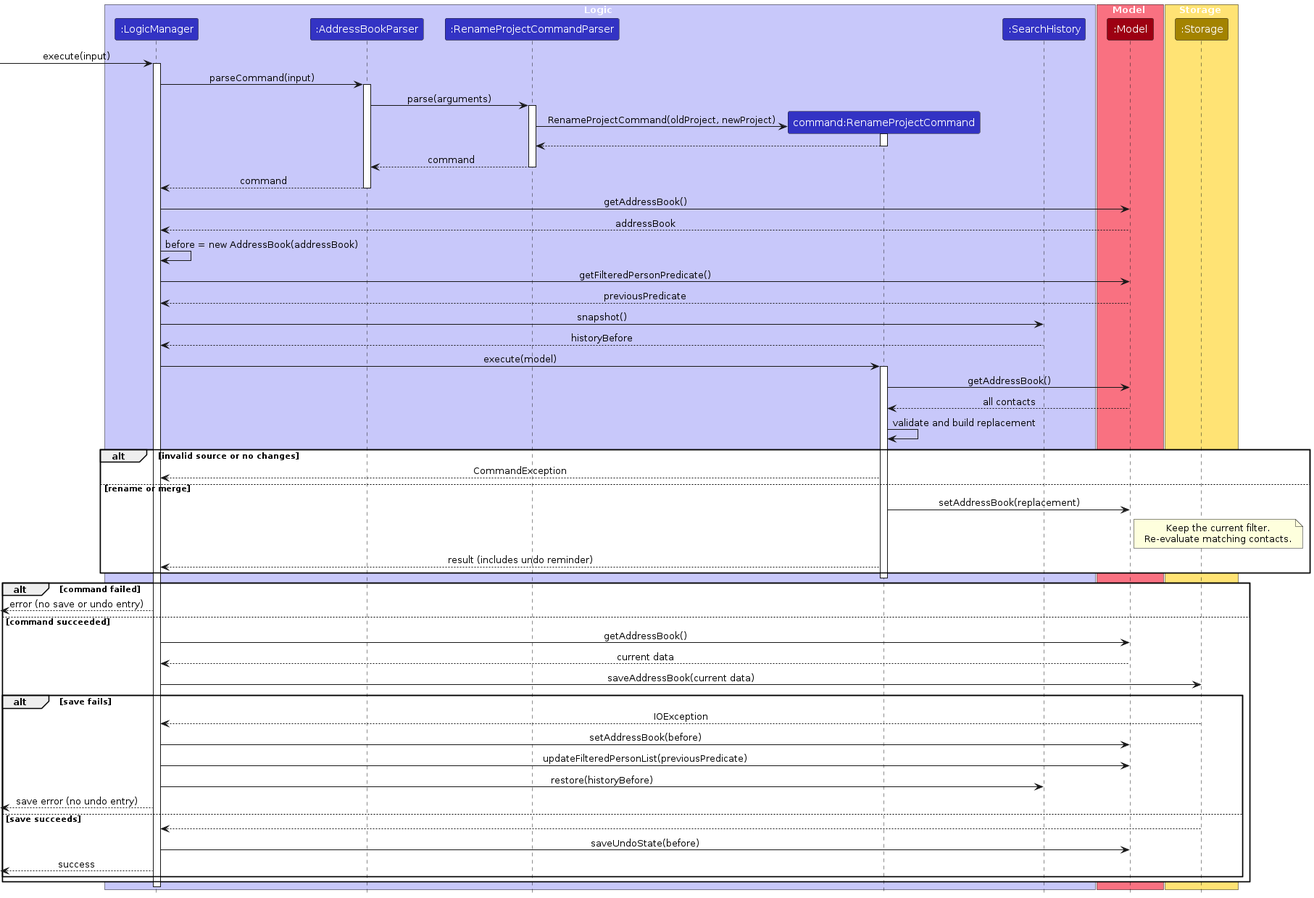
Before: diagrams/RenameProjectSequenceDiagram.png, a diagram exported from PlantUML (AY2627S1-CS2103T-W14-2/tp). Its source is kept beside it as diagrams/RenameProjectSequenceDiagram.puml. The source it was exported from:
```plantuml
@startuml
!include style.puml
skinparam ArrowFontStyle plain

box Logic LOGIC_COLOR_T1
participant ":LogicManager" as Logic LOGIC_COLOR
participant ":AddressBookParser" as Parser LOGIC_COLOR
participant ":RenameProjectCommandParser" as CommandParser LOGIC_COLOR
participant "command:RenameProjectCommand" as Command LOGIC_COLOR
participant ":SearchHistory" as SearchHistory LOGIC_COLOR
end box

box Model MODEL_COLOR_T1
participant ":Model" as Model MODEL_COLOR
end box

box Storage STORAGE_COLOR_T1
participant ":Storage" as Storage STORAGE_COLOR
end box

[-> Logic : execute(input)
activate Logic
Logic -> Parser : parseCommand(input)
activate Parser
Parser -> CommandParser : parse(arguments)
activate CommandParser
create Command
CommandParser -> Command : RenameProjectCommand(oldProject, newProject)
activate Command
Command --> CommandParser
deactivate Command
CommandParser --> Parser : command
deactivate CommandParser
Parser --> Logic : command
deactivate Parser
Logic -> Model : getAddressBook()
Model --> Logic : addressBook
Logic -> Logic : before = new AddressBook(addressBook)
Logic -> Model : getFilteredPersonPredicate()
Model --> Logic : previousPredicate
Logic -> SearchHistory : snapshot()
SearchHistory --> Logic : historyBefore
Logic -> Command : execute(model)
activate Command
Command -> Model : getAddressBook()
Model --> Command : all contacts
Command -> Command : validate and build replacement
alt invalid source or no changes
    Command --> Logic : CommandException
else rename or merge
    Command -> Model : setAddressBook(replacement)
    note right of Model
        Keep the current filter.
        Re-evaluate matching contacts.
    end note
    Command --> Logic : result (includes undo reminder)
end
deactivate Command

alt command failed
    [<-- Logic : error (no save or undo entry)
else command succeeded
    Logic -> Model : getAddressBook()
    Model --> Logic : current data
    Logic -> Storage : saveAddressBook(current data)
    alt save fails
        Storage --> Logic : IOException
        Logic -> Model : setAddressBook(before)
        Logic -> Model : updateFilteredPersonList(previousPredicate)
        Logic -> SearchHistory : restore(historyBefore)
        [<-- Logic : save error (no undo entry)
    else save succeeds
        Storage --> Logic
        Logic -> Model : saveUndoState(before)
        [<-- Logic : success
    end
end
deactivate Logic
@enduml
```
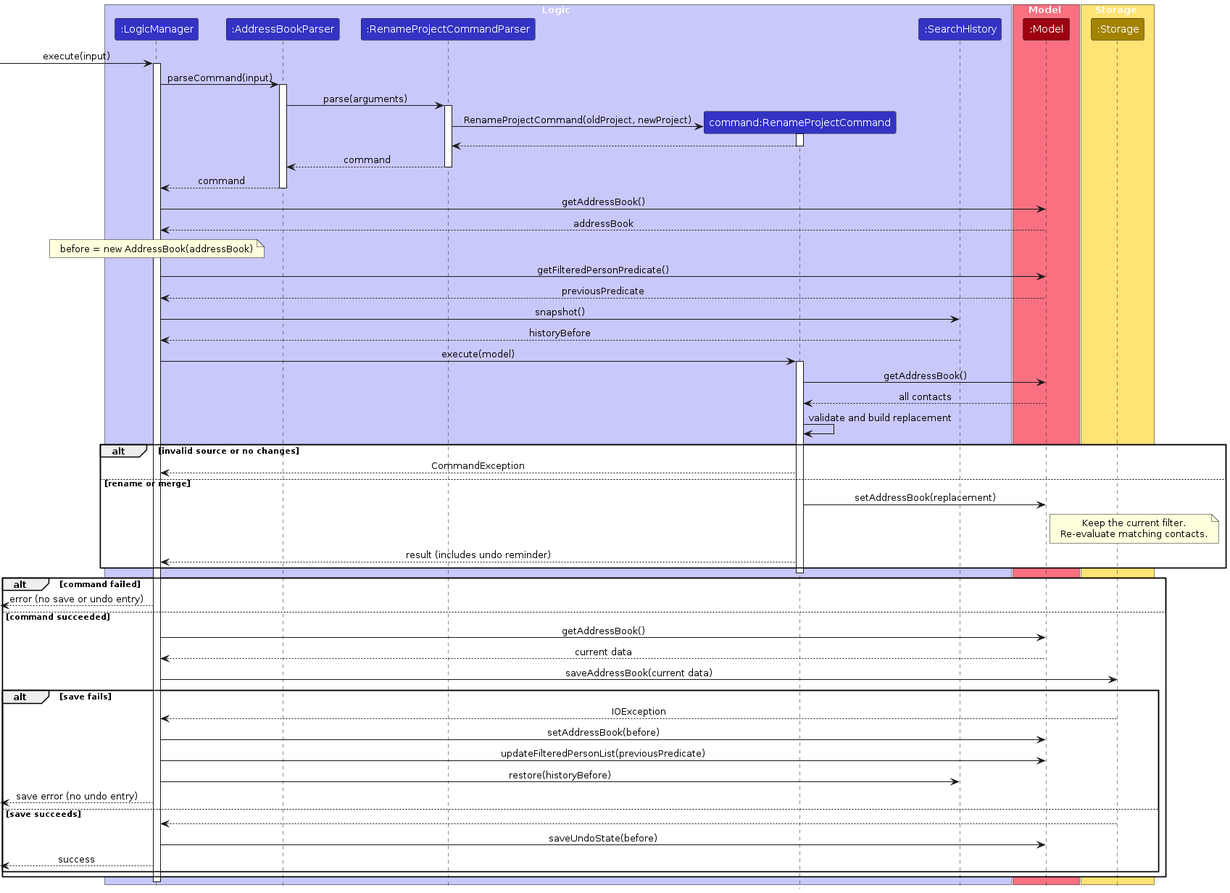
After the commit.

What changed in the source:
```diff
@@ -35,7 +35,9 @@
 deactivate Parser
 Logic -> Model : getAddressBook()
 Model --> Logic : addressBook
-Logic -> Logic : before = new AddressBook(addressBook)
+note over Logic
+    before = new AddressBook(addressBook)
+end note
 Logic -> Model : getFilteredPersonPredicate()
 Model --> Logic : previousPredicate
 Logic -> SearchHistory : snapshot()
```
